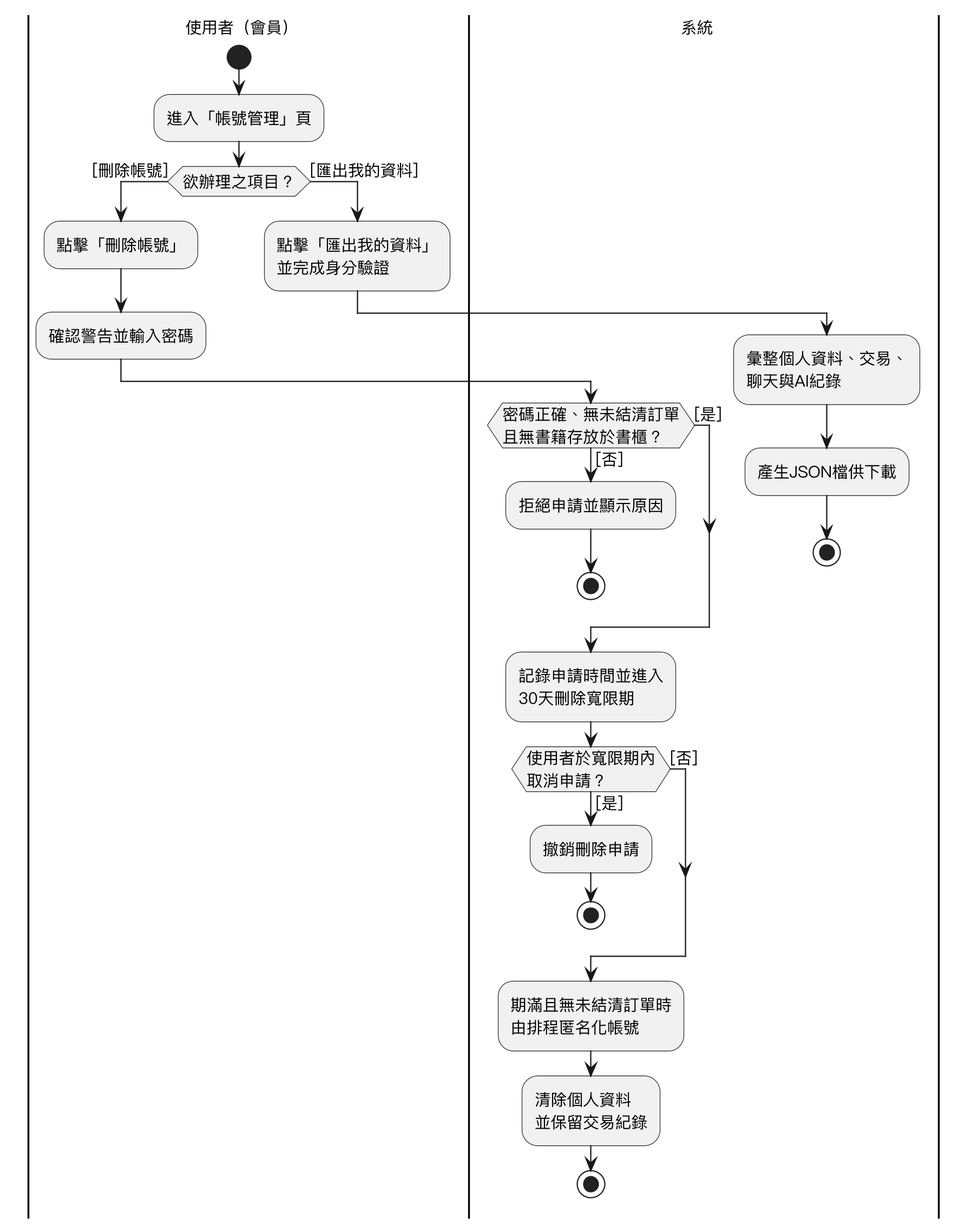
SaveMyBook/SaveMyBook keeps this PlantUML diagram as Diagrams/Activity diagram/v3/uc17.png. Above is the earlier version. Its diagram source:
```plantuml
@startuml
skinparam monochrome true
skinparam shadowing false
skinparam dpi 220
skinparam defaultFontName "PingFang TC"
skinparam defaultFontSize 13
skinparam swimlaneWidth same
|使用者（會員）|
start
:進入「帳號管理」頁;
if (欲辦理之項目？) then ([刪除帳號])
  :點擊「刪除帳號」;
  :確認警告並輸入密碼;
  |系統|
  if (密碼正確、無未結清訂單\n且無書籍存放於書櫃？) then ([否])
    :拒絕申請並顯示原因;
    stop
  else ([是])
  endif
  :記錄申請時間並進入\n30天刪除寬限期;
  if (使用者於寬限期內\n取消申請？) then ([是])
    :撤銷刪除申請;
    stop
  else ([否])
  endif
  :期滿且無未結清訂單時\n由排程匿名化帳號;
  :清除個人資料\n並保留交易紀錄;
  stop
else ([匯出我的資料])
  |使用者（會員）|
  :點擊「匯出我的資料」\n並完成身分驗證;
  |系統|
  :彙整個人資料、交易、\n聊天與AI紀錄;
  :產生JSON檔供下載;
  stop
endif
@enduml
```
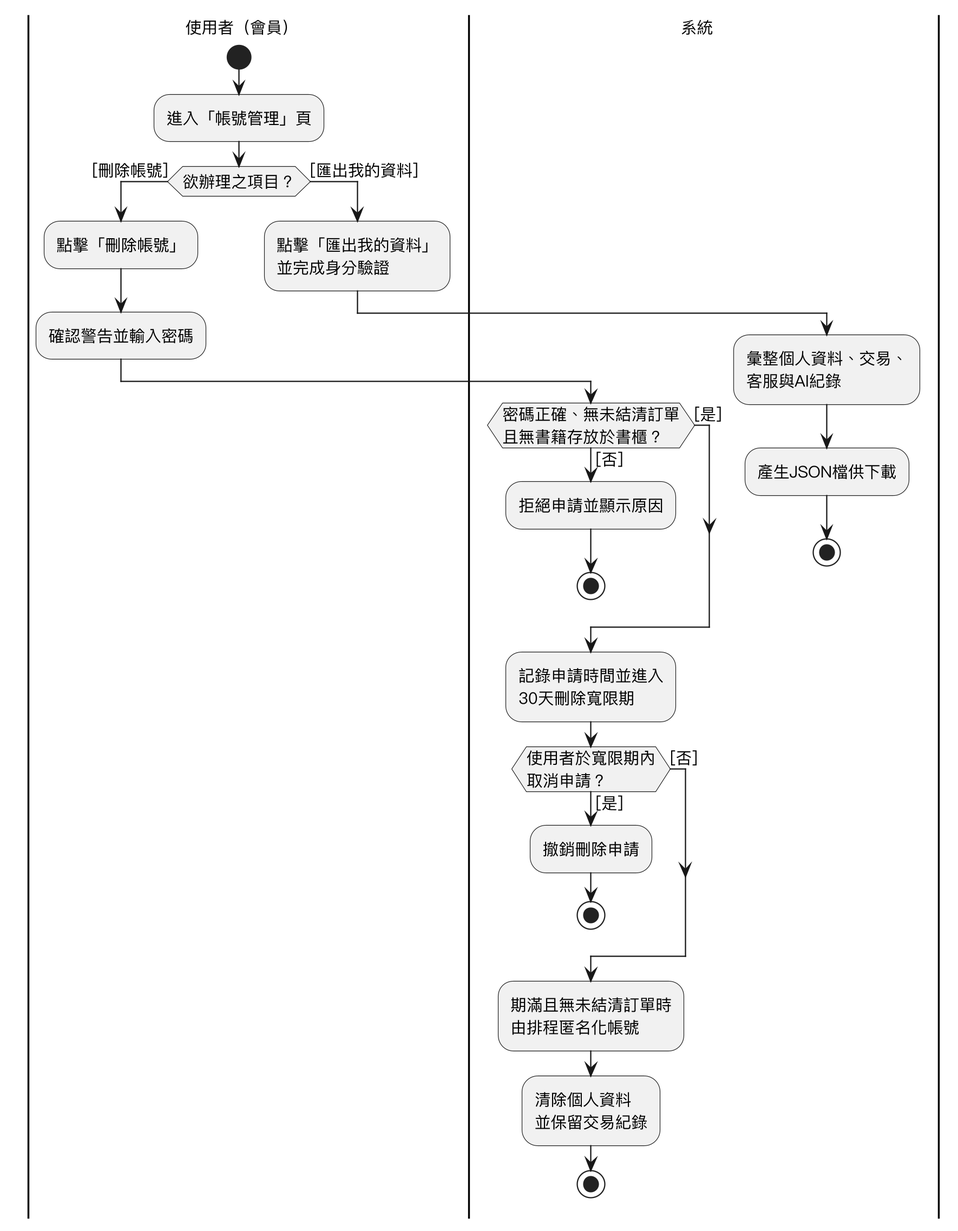
The same file after the commit.

Change to the diagram source:
```diff
@@ -30,7 +30,7 @@
   |使用者（會員）|
   :點擊「匯出我的資料」\n並完成身分驗證;
   |系統|
-  :彙整個人資料、交易、\n聊天與AI紀錄;
+  :彙整個人資料、交易、\n客服與AI紀錄;
   :產生JSON檔供下載;
   stop
 endif
```
